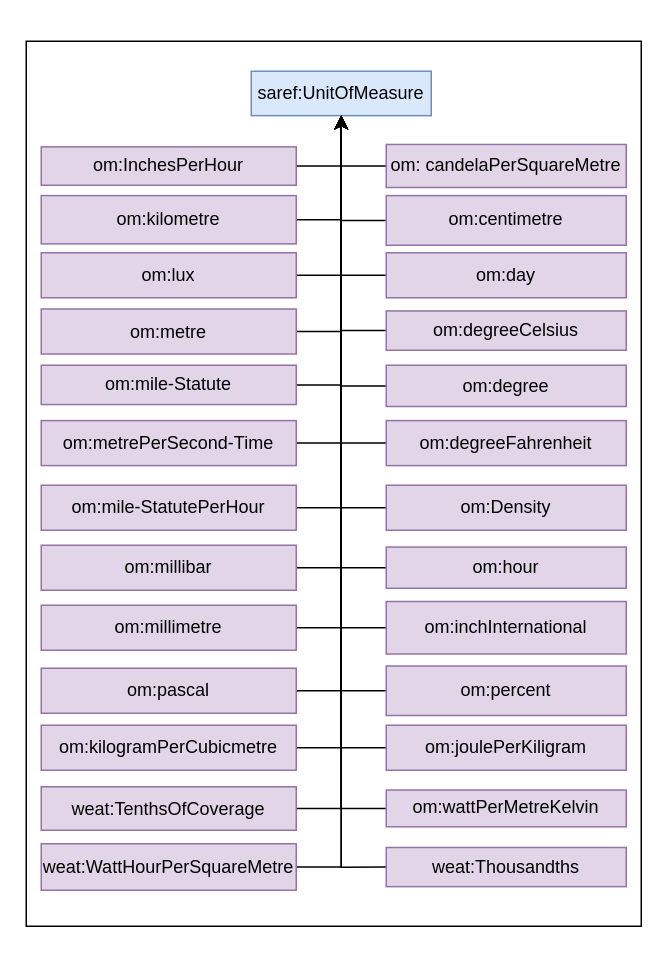
oeg-upm/bimerr-weather keeps this draw.io diagram as Draw.io/UnitOfMeasure.drawio. Above is the earlier version. Source tidied: cells renumbered, new cells numbered last; positions are measured from the earlier drawing's top-left corner, leaving out a move shared by most shapes. Both pictures are drawn from the tidied source at 150%, with x=0, y=0 at pixel (26, 40).
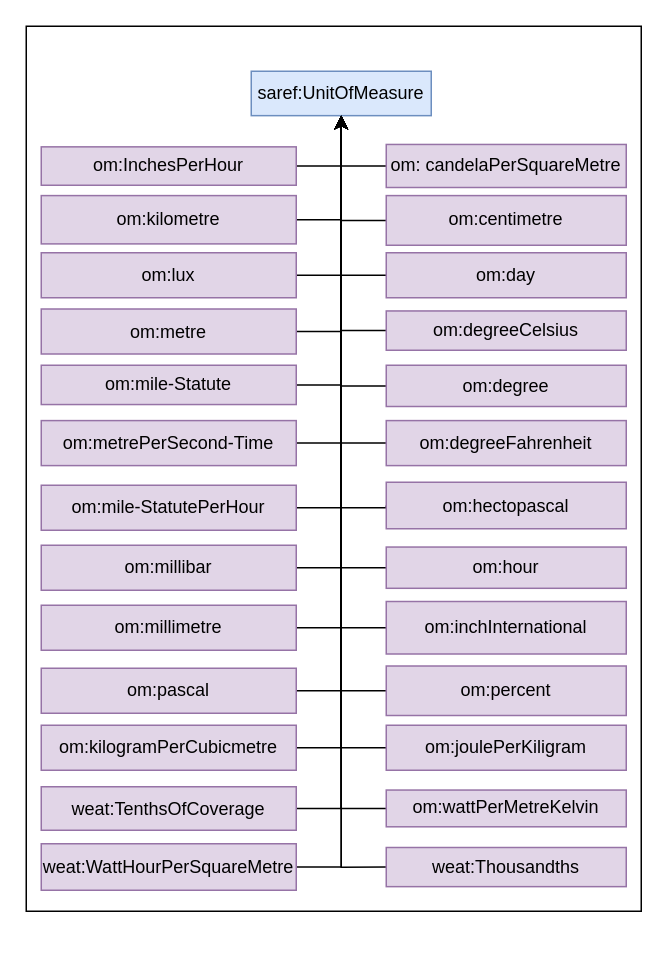
The same diagram, later.

Unchanged cells that the change refers to:
```xml
<mxCell id="3" value="saref:UnitOfMeasure" style="rounded=0;whiteSpace=wrap;html=1;fillColor=#dae8fc;strokeColor=#6c8ebf;" parent="1" vertex="1">
  <mxGeometry x="150" y="20" width="120" height="29.6" as="geometry" />
</mxCell>
```

What changed in the source:
```diff
@@
-    <mxCell id="2" style="rounded=0;whiteSpace=wrap;html=1;" parent="1" vertex="1">
-      <mxGeometry width="410" height="590" as="geometry" />
-    </mxCell>
+    <mxCell id="56" style="rounded=0;whiteSpace=wrap;html=1;" parent="1" vertex="1">
+      <mxGeometry y="-10" width="410" height="590" as="geometry" />
+    </mxCell>
@@
-    <mxCell id="4" style="edgeStyle=orthogonalEdgeStyle;rounded=0;jettySize=auto;html=1;exitX=0;exitY=0.5;exitDx=0;exitDy=0;" parent="1" edge="1" source="5" target="3">
-      <mxGeometry relative="1" as="geometry" />
-    </mxCell>
-    <mxCell id="5" value="om:Density" style="rounded=0;whiteSpace=wrap;html=1;fillColor=#e1d5e7;strokeColor=#9673a6;" parent="1" vertex="1">
-      <mxGeometry x="240" y="296" width="160" height="30" as="geometry" />
-    </mxCell>
@@
+    <mxCell id="57" style="edgeStyle=orthogonalEdgeStyle;rounded=0;jettySize=auto;html=1;exitX=0;exitY=0.5;exitDx=0;exitDy=0;entryX=0.5;entryY=1;entryDx=0;entryDy=0;" parent="1" edge="1" source="58" target="3">
+      <mxGeometry relative="1" as="geometry">
+        <Array as="points">
+          <mxPoint x="210" y="311" />
+        </Array>
+      </mxGeometry>
+    </mxCell>
+    <mxCell id="58" value="&lt;div style=&quot;text-align: left&quot;&gt;&lt;span&gt;om:hectopascal&lt;/span&gt;&lt;/div&gt;" style="rounded=0;whiteSpace=wrap;html=1;fillColor=#e1d5e7;strokeColor=#9673a6;" parent="1" vertex="1">
+      <mxGeometry x="240" y="294" width="160" height="31" as="geometry" />
+    </mxCell>
```
